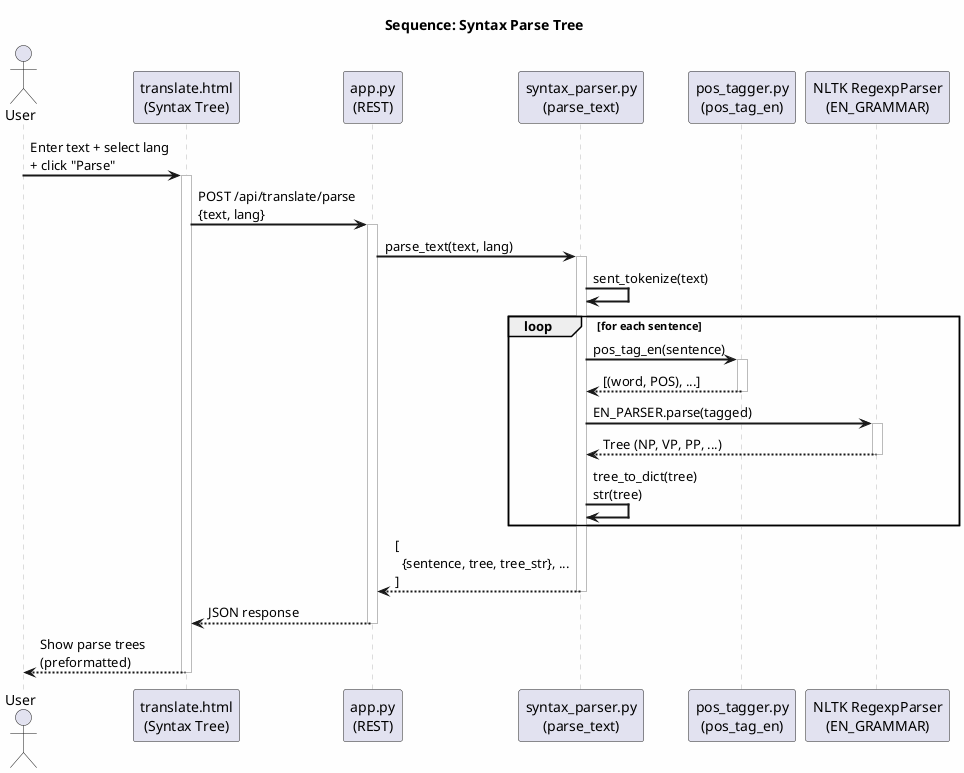
KillRmnv/BSUIR keeps this PlantUML diagram as EYAZIS/2_2/EYAZIS_report/png/sequence_parse.png. Above is the earlier version. Source of this version:
```plantuml
@startuml sequence_parse
skinparam backgroundColor #FEFEFE
skinparam sequenceArrowThickness 2
skinparam sequenceParticipantBorderColor #222222
skinparam sequenceLifeLineBorderColor #BBBBBB
skinparam noteBorderColor #888888

title Sequence: Syntax Parse Tree

actor User
participant "translate.html\n(Syntax Tree)" as FE
participant "app.py\n(REST)" as API
participant "syntax_parser.py\n(parse_text)" as SP
participant "pos_tagger.py\n(pos_tag_en)" as POS
participant "NLTK RegexpParser\n(EN_GRAMMAR)" as RP

User -> FE : Enter text + select lang\n+ click "Parse"
activate FE

FE -> API : POST /api/translate/parse\n{text, lang}
activate API

API -> SP : parse_text(text, lang)
activate SP

SP -> SP : sent_tokenize(text)

loop for each sentence

    SP -> POS : pos_tag_en(sentence)
    activate POS
    POS --> SP : [(word, POS), ...]
    deactivate POS

    SP -> RP : EN_PARSER.parse(tagged)
    activate RP
    RP --> SP : Tree (NP, VP, PP, ...)
    deactivate RP

    SP -> SP : tree_to_dict(tree)\nstr(tree)

end

SP --> API : [\n  {sentence, tree, tree_str}, ...\n]
deactivate SP

API --> FE : JSON response
deactivate API

FE --> User : Show parse trees\n(preformatted)
deactivate FE

@enduml
```
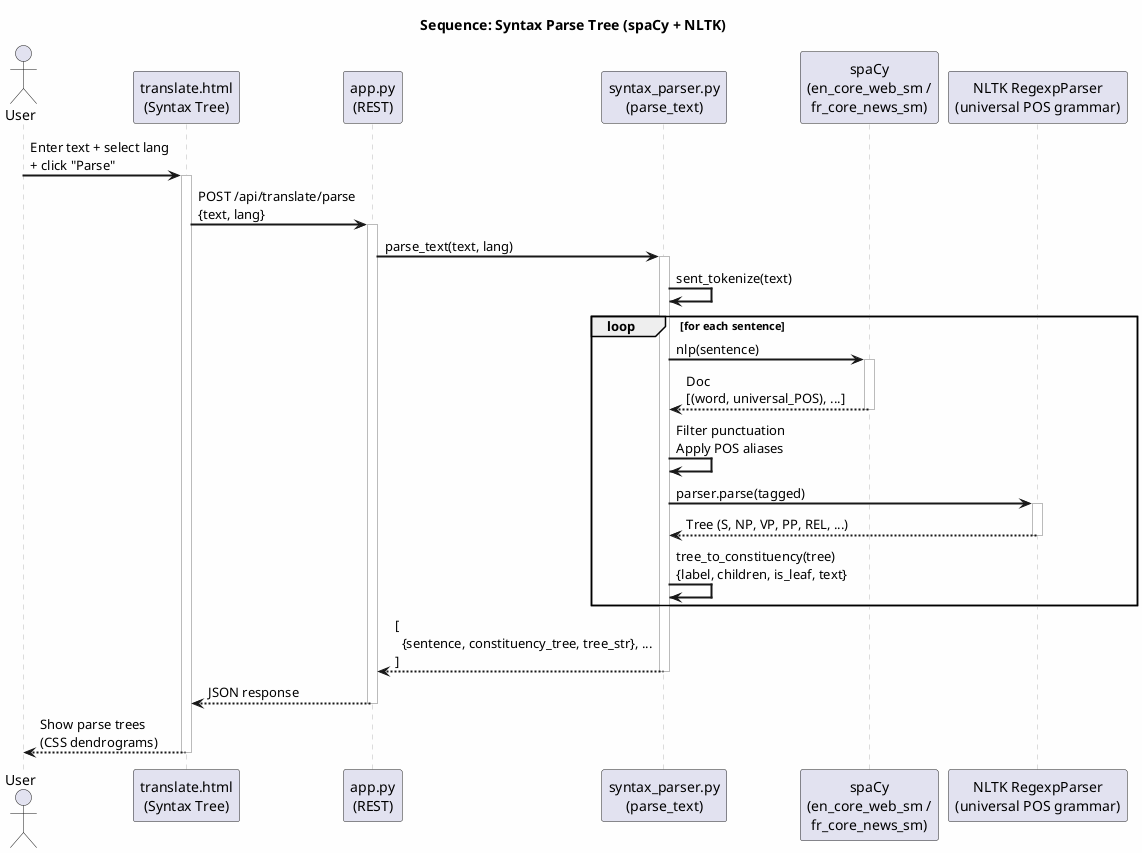
Above is the later version.

The edit, as a diff of the source:
```diff
@@ -5,14 +5,14 @@
 skinparam sequenceLifeLineBorderColor #BBBBBB
 skinparam noteBorderColor #888888
 
-title Sequence: Syntax Parse Tree
+title Sequence: Syntax Parse Tree (spaCy + NLTK)
 
 actor User
 participant "translate.html\n(Syntax Tree)" as FE
 participant "app.py\n(REST)" as API
 participant "syntax_parser.py\n(parse_text)" as SP
-participant "pos_tagger.py\n(pos_tag_en)" as POS
-participant "NLTK RegexpParser\n(EN_GRAMMAR)" as RP
+participant "spaCy\n(en_core_web_sm /\nfr_core_news_sm)" as SPACY
+participant "NLTK RegexpParser\n(universal POS grammar)" as RP
 
 User -> FE : Enter text + select lang\n+ click "Parse"
 activate FE
@@ -27,27 +27,29 @@
 
 loop for each sentence
 
-    SP -> POS : pos_tag_en(sentence)
-    activate POS
-    POS --> SP : [(word, POS), ...]
-    deactivate POS
+    SP -> SPACY : nlp(sentence)
+    activate SPACY
+    SPACY --> SP : Doc\n[(word, universal_POS), ...]
+    deactivate SPACY
 
-    SP -> RP : EN_PARSER.parse(tagged)
+    SP -> SP : Filter punctuation\nApply POS aliases
+
+    SP -> RP : parser.parse(tagged)
     activate RP
-    RP --> SP : Tree (NP, VP, PP, ...)
+    RP --> SP : Tree (S, NP, VP, PP, REL, ...)
     deactivate RP
 
-    SP -> SP : tree_to_dict(tree)\nstr(tree)
+    SP -> SP : tree_to_constituency(tree)\n{label, children, is_leaf, text}
 
 end
 
-SP --> API : [\n  {sentence, tree, tree_str}, ...\n]
+SP --> API : [\n  {sentence, constituency_tree, tree_str}, ...\n]
 deactivate SP
 
 API --> FE : JSON response
 deactivate API
 
-FE --> User : Show parse trees\n(preformatted)
+FE --> User : Show parse trees\n(CSS dendrograms)
 deactivate FE
 
 @enduml
```
